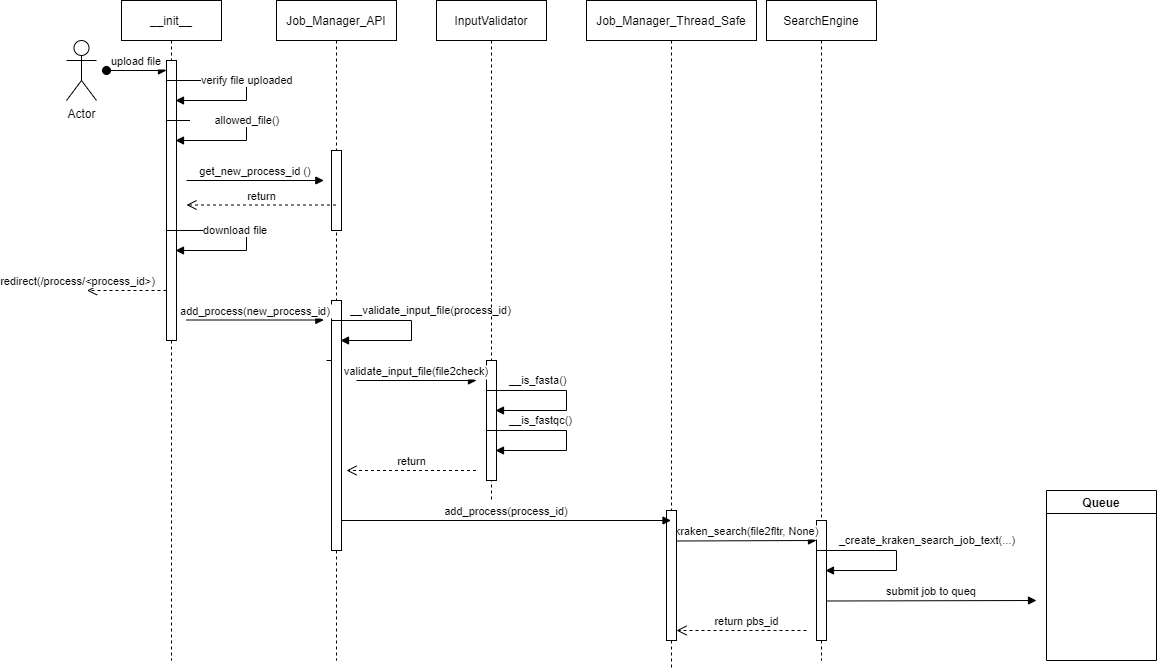
This is design/upload_file.png from JuanParker1/NgsReadClearEngine, a draw.io export, as it was before one commit. Source tidied: cells renumbered, new cells last; positions are measured from the earlier drawing's top-left corner, leaving out a move shared by most shapes.
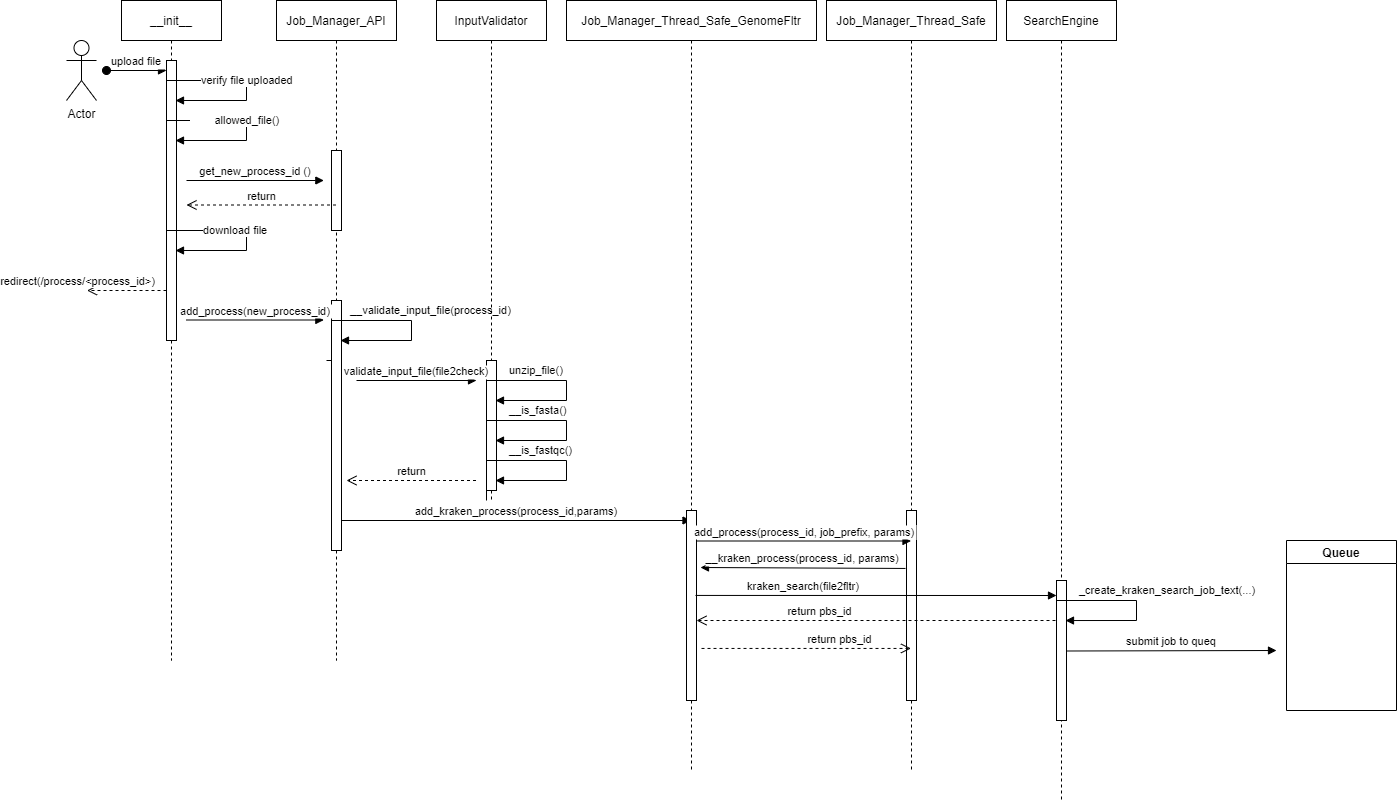
After the commit.

What changed in the source:
```diff
@@ -64,29 +64,17 @@
       </mxGeometry>
     </mxCell>
     <mxCell id="13" value="SearchEngine" style="shape=umlLifeline;perimeter=lifelinePerimeter;rounded=0;shadow=0;strokeWidth=1;size=40;" parent="1" vertex="1">
-      <mxGeometry x="700" width="110" height="660" as="geometry" />
+      <mxGeometry x="940" width="110" height="800" as="geometry" />
     </mxCell>
     <mxCell id="14" style="perimeter=orthogonalPerimeter;rounded=0;shadow=0;strokeWidth=1;" parent="13" vertex="1">
-      <mxGeometry x="50" y="520" width="10" height="120" as="geometry" />
+      <mxGeometry x="50" y="580" width="10" height="140" as="geometry" />
     </mxCell>
-    <mxCell id="15" value="kraken_search(file2fltr, None)" style="verticalAlign=bottom;endArrow=block;shadow=0;strokeWidth=1;" parent="13" edge="1">
-      <mxGeometry relative="1" as="geometry">
-        <mxPoint x="-89.5" y="540.5" as="sourcePoint" />
-        <mxPoint x="50" y="540" as="targetPoint" />
-      </mxGeometry>
-    </mxCell>
     <mxCell id="16" value="Job_Manager_Thread_Safe" style="shape=umlLifeline;perimeter=lifelinePerimeter;rounded=0;shadow=0;strokeWidth=1;" parent="1" vertex="1">
-      <mxGeometry x="520" width="170" height="670" as="geometry" />
+      <mxGeometry x="760" width="170" height="770" as="geometry" />
     </mxCell>
     <mxCell id="17" style="points=[];perimeter=orthogonalPerimeter;rounded=0;shadow=0;strokeWidth=1;" parent="16" vertex="1">
-      <mxGeometry x="80" y="510" width="10" height="130" as="geometry" />
+      <mxGeometry x="80" y="510" width="10" height="190" as="geometry" />
     </mxCell>
-    <mxCell id="18" value="return pbs_id" style="html=1;verticalAlign=bottom;endArrow=open;dashed=1;endSize=8;rounded=0;" parent="16" edge="1">
-      <mxGeometry x="-0.08" relative="1" as="geometry">
-        <mxPoint x="220" y="630" as="sourcePoint" />
-        <mxPoint x="90" y="630" as="targetPoint" />
-      </mxGeometry>
-    </mxCell>
     <mxCell id="19" value="Actor" style="shape=umlActor;verticalLabelPosition=bottom;verticalAlign=top;html=1;" parent="1" vertex="1">
       <mxGeometry y="40" width="30" height="60" as="geometry" />
     </mxCell>
@@ -122,7 +110,7 @@
       <mxGeometry x="370" width="110" height="500" as="geometry" />
     </mxCell>
     <mxCell id="24" style="perimeter=orthogonalPerimeter;rounded=0;shadow=0;strokeWidth=1;" parent="23" vertex="1">
-      <mxGeometry x="50" y="360" width="10" height="120" as="geometry" />
+      <mxGeometry x="50" y="360" width="10" height="130" as="geometry" />
     </mxCell>
     <mxCell id="25" value="validate_input_file(file2check)" style="verticalAlign=bottom;endArrow=block;shadow=0;strokeWidth=1;" parent="23" edge="1">
       <mxGeometry relative="1" as="geometry">
@@ -130,58 +118,97 @@
         <mxPoint x="40" y="380" as="targetPoint" />
       </mxGeometry>
     </mxCell>
-    <mxCell id="26" value="__is_fasta()" style="edgeStyle=orthogonalEdgeStyle;html=1;align=left;spacingLeft=2;endArrow=block;rounded=0;" parent="23" edge="1">
-      <mxGeometry x="-0.44" y="10" relative="1" as="geometry">
-        <mxPoint x="50" y="430" as="sourcePoint" />
-        <mxPoint x="59" y="410" as="targetPoint" />
-        <Array as="points">
-          <mxPoint x="50" y="390" />
-          <mxPoint x="130" y="390" />
-          <mxPoint x="130" y="410" />
-        </Array>
-      </mxGeometry>
-    </mxCell>
     <mxCell id="27" value="return" style="html=1;verticalAlign=bottom;endArrow=open;dashed=1;endSize=8;rounded=0;" parent="23" edge="1">
       <mxGeometry relative="1" as="geometry">
-        <mxPoint x="39.5" y="470" as="sourcePoint" />
-        <mxPoint x="-90" y="470" as="targetPoint" />
+        <mxPoint x="39.5" y="480" as="sourcePoint" />
+        <mxPoint x="-90" y="480" as="targetPoint" />
       </mxGeometry>
     </mxCell>
-    <mxCell id="28" value="__is_fastqc()" style="edgeStyle=orthogonalEdgeStyle;html=1;align=left;spacingLeft=2;endArrow=block;rounded=0;" parent="1" edge="1">
+    <mxCell id="28" value="__is_fasta()" style="edgeStyle=orthogonalEdgeStyle;html=1;align=left;spacingLeft=2;endArrow=block;rounded=0;" parent="1" edge="1">
       <mxGeometry x="-0.44" y="10" relative="1" as="geometry">
-        <mxPoint x="420" y="470" as="sourcePoint" />
-        <mxPoint x="429" y="450" as="targetPoint" />
+        <mxPoint x="420" y="460" as="sourcePoint" />
+        <mxPoint x="429" y="440" as="targetPoint" />
         <Array as="points">
-          <mxPoint x="420" y="430" />
-          <mxPoint x="500" y="430" />
-          <mxPoint x="500" y="450" />
+          <mxPoint x="420" y="420" />
+          <mxPoint x="500" y="420" />
+          <mxPoint x="500" y="440" />
         </Array>
       </mxGeometry>
     </mxCell>
-    <mxCell id="29" value="add_process(process_id)" style="verticalAlign=bottom;endArrow=block;shadow=0;strokeWidth=1;" parent="1" edge="1" target="16">
+    <mxCell id="29" value="add_kraken_process(process_id,params)" style="verticalAlign=bottom;endArrow=block;shadow=0;strokeWidth=1;" parent="1" edge="1" target="33">
       <mxGeometry relative="1" as="geometry">
         <mxPoint x="275" y="520" as="sourcePoint" />
       </mxGeometry>
     </mxCell>
     <mxCell id="30" value="_create_kraken_search_job_text(...)" style="edgeStyle=orthogonalEdgeStyle;html=1;align=left;spacingLeft=2;endArrow=block;rounded=0;" parent="1" edge="1">
       <mxGeometry x="-0.44" y="10" relative="1" as="geometry">
-        <mxPoint x="750" y="590" as="sourcePoint" />
-        <mxPoint x="759" y="570" as="targetPoint" />
+        <mxPoint x="990" y="640" as="sourcePoint" />
+        <mxPoint x="999" y="620" as="targetPoint" />
         <Array as="points">
-          <mxPoint x="750" y="550" />
-          <mxPoint x="830" y="550" />
-          <mxPoint x="830" y="570" />
+          <mxPoint x="990" y="600" />
+          <mxPoint x="1070" y="600" />
+          <mxPoint x="1070" y="620" />
         </Array>
       </mxGeometry>
     </mxCell>
     <mxCell id="31" value="Queue" style="swimlane;" parent="1" vertex="1">
-      <mxGeometry x="980" y="490" width="110" height="170" as="geometry" />
+      <mxGeometry x="1220" y="540" width="110" height="170" as="geometry" />
     </mxCell>
     <mxCell id="32" value="submit job to queq" style="verticalAlign=bottom;endArrow=block;shadow=0;strokeWidth=1;" parent="1" edge="1">
       <mxGeometry relative="1" as="geometry">
-        <mxPoint x="760" y="600.5" as="sourcePoint" />
-        <mxPoint x="970" y="600" as="targetPoint" />
+        <mxPoint x="1000" y="650.5" as="sourcePoint" />
+        <mxPoint x="1210" y="650" as="targetPoint" />
       </mxGeometry>
     </mxCell>
+    <mxCell id="33" value="Job_Manager_Thread_Safe_GenomeFltr" style="shape=umlLifeline;perimeter=lifelinePerimeter;rounded=0;shadow=0;strokeWidth=1;" parent="1" vertex="1">
+      <mxGeometry x="500" width="250" height="770" as="geometry" />
+    </mxCell>
+    <mxCell id="34" style="points=[];perimeter=orthogonalPerimeter;rounded=0;shadow=0;strokeWidth=1;" parent="33" vertex="1">
+      <mxGeometry x="120" y="510" width="10" height="190" as="geometry" />
+    </mxCell>
+    <mxCell id="35" value="add_process(process_id, job_prefix, params)" style="verticalAlign=bottom;endArrow=block;shadow=0;strokeWidth=1;" parent="33" edge="1" target="16">
+      <mxGeometry relative="1" as="geometry">
+        <mxPoint x="130" y="540.5" as="sourcePoint" />
+      </mxGeometry>
+    </mxCell>
+    <mxCell id="36" value="return pbs_id" style="html=1;verticalAlign=bottom;endArrow=open;dashed=1;endSize=8;rounded=0;exitX=-0.1;exitY=0.675;exitDx=0;exitDy=0;exitPerimeter=0;" parent="33" edge="1">
+      <mxGeometry x="0.31" relative="1" as="geometry">
+        <mxPoint x="489" y="620" as="sourcePoint" />
+        <mxPoint x="130" y="620" as="targetPoint" />
+      </mxGeometry>
+    </mxCell>
+    <mxCell id="26" value="unzip_file()" style="edgeStyle=orthogonalEdgeStyle;html=1;align=left;spacingLeft=2;endArrow=block;rounded=0;" parent="1" edge="1">
+      <mxGeometry x="-0.44" y="10" relative="1" as="geometry">
+        <mxPoint x="420" y="420" as="sourcePoint" />
+        <mxPoint x="429" y="400" as="targetPoint" />
+        <Array as="points">
+          <mxPoint x="420" y="380" />
+          <mxPoint x="500" y="380" />
+          <mxPoint x="500" y="400" />
+        </Array>
+      </mxGeometry>
+    </mxCell>
+    <mxCell id="37" value="__is_fastqc()" style="edgeStyle=orthogonalEdgeStyle;html=1;align=left;spacingLeft=2;endArrow=block;rounded=0;" parent="1" edge="1">
+      <mxGeometry x="-0.44" y="10" relative="1" as="geometry">
+        <mxPoint x="420" y="500" as="sourcePoint" />
+        <mxPoint x="429" y="480" as="targetPoint" />
+        <Array as="points">
+          <mxPoint x="420" y="460" />
+          <mxPoint x="500" y="460" />
+          <mxPoint x="500" y="480" />
+        </Array>
+      </mxGeometry>
+    </mxCell>
+    <mxCell id="38" value="kraken_search(file2fltr)" style="verticalAlign=bottom;endArrow=block;shadow=0;strokeWidth=1;exitX=0.9;exitY=0.447;exitDx=0;exitDy=0;exitPerimeter=0;" parent="1" edge="1" source="34">
+      <mxGeometry x="-0.4" relative="1" as="geometry">
+        <mxPoint x="990" y="595" as="targetPoint" />
+      </mxGeometry>
+    </mxCell>
+    <mxCell id="18" value="return pbs_id" style="html=1;verticalAlign=bottom;endArrow=open;dashed=1;endSize=8;rounded=0;exitX=1.5;exitY=0.726;exitDx=0;exitDy=0;exitPerimeter=0;" parent="1" edge="1" source="34" target="16">
+      <mxGeometry x="0.31" relative="1" as="geometry" />
+    </mxCell>
+    <mxCell id="15" value="__kraken_process(process_id, params)" style="verticalAlign=bottom;endArrow=block;shadow=0;strokeWidth=1;entryX=1.4;entryY=0.3;entryDx=0;entryDy=0;entryPerimeter=0;exitX=-0.1;exitY=0.305;exitDx=0;exitDy=0;exitPerimeter=0;" parent="1" edge="1" source="17" target="34">
+      <mxGeometry relative="1" as="geometry" />
+    </mxCell>
   </root>
 </mxGraphModel>
```
